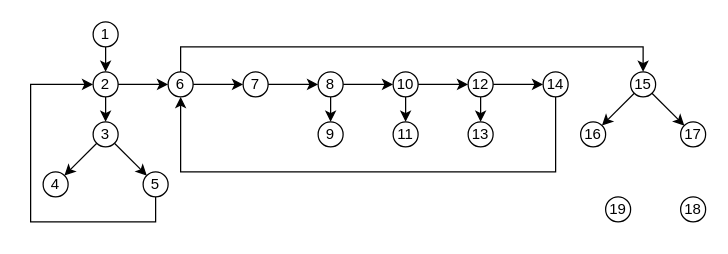
Before: DZ3.drawio in DMfananddu/Computing-Facilities-AIPCS, a draw.io diagram. Source tidied: cells renumbered, new cells numbered last; positions are measured from the earlier drawing's top-left corner, leaving out a move shared by most shapes. Both pictures are drawn from the tidied source at 125%, with x=0, y=0 at pixel (30, 21).
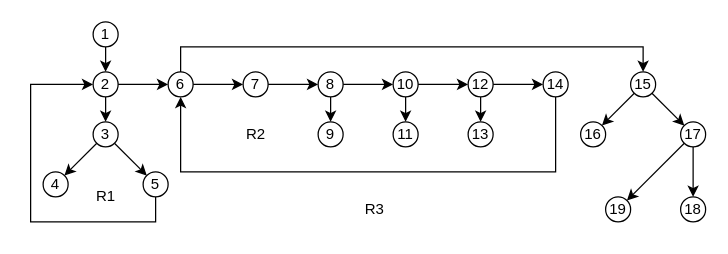
The same diagram, later.

The change refers to these unchanged cells:
```xml
<mxCell id="36" value="17" style="ellipse;whiteSpace=wrap;html=1;" parent="1" vertex="1">
  <mxGeometry x="520" y="80" width="20" height="20" as="geometry" />
</mxCell>
<mxCell id="37" value="18" style="ellipse;whiteSpace=wrap;html=1;" parent="1" vertex="1">
  <mxGeometry x="520" y="140" width="20" height="20" as="geometry" />
</mxCell>
<mxCell id="38" value="19" style="ellipse;whiteSpace=wrap;html=1;" parent="1" vertex="1">
  <mxGeometry x="460" y="140" width="20" height="20" as="geometry" />
</mxCell>
```

Change to the diagram source:
```diff
@@
+    <mxCell id="39" style="edgeStyle=none;rounded=0;jettySize=auto;html=1;exitX=0;exitY=1;exitDx=0;exitDy=0;entryX=1;entryY=0;entryDx=0;entryDy=0;" parent="1" edge="1" source="36" target="38">
+      <mxGeometry relative="1" as="geometry" />
+    </mxCell>
+    <mxCell id="40" style="edgeStyle=none;rounded=0;jettySize=auto;html=1;exitX=0.5;exitY=1;exitDx=0;exitDy=0;entryX=0.5;entryY=0;entryDx=0;entryDy=0;" parent="1" edge="1" source="36" target="37">
+      <mxGeometry relative="1" as="geometry" />
+    </mxCell>
@@
+    <mxCell id="41" value="R1" style="text;html=1;align=center;verticalAlign=middle;" parent="1" vertex="1">
+      <mxGeometry x="45" y="130" width="30" height="20" as="geometry" />
+    </mxCell>
+    <mxCell id="42" value="R2" style="text;html=1;align=center;verticalAlign=middle;" parent="1" vertex="1">
+      <mxGeometry x="165" y="80" width="30" height="20" as="geometry" />
+    </mxCell>
+    <mxCell id="43" value="R3" style="text;html=1;align=center;verticalAlign=middle;" parent="1" vertex="1">
+      <mxGeometry x="260" y="140" width="30" height="20" as="geometry" />
+    </mxCell>
```
